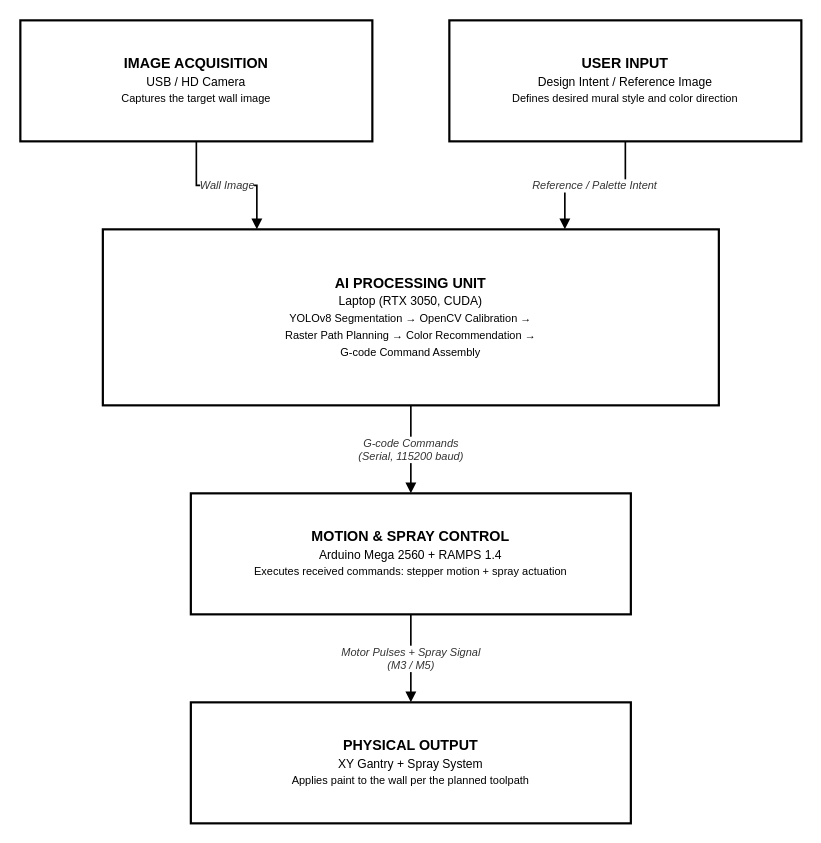
Before: AURA Vault/03 - System Design/AURA_General_Block_Diagram.drawio in eotrut/thesis, a draw.io diagram. Source tidied: cells renumbered, new cells numbered last; positions are measured from the earlier drawing's top-left corner, leaving out a move shared by most shapes. Both pictures are drawn from the tidied source at 110%, with x=0, y=0 at pixel (20, 20).
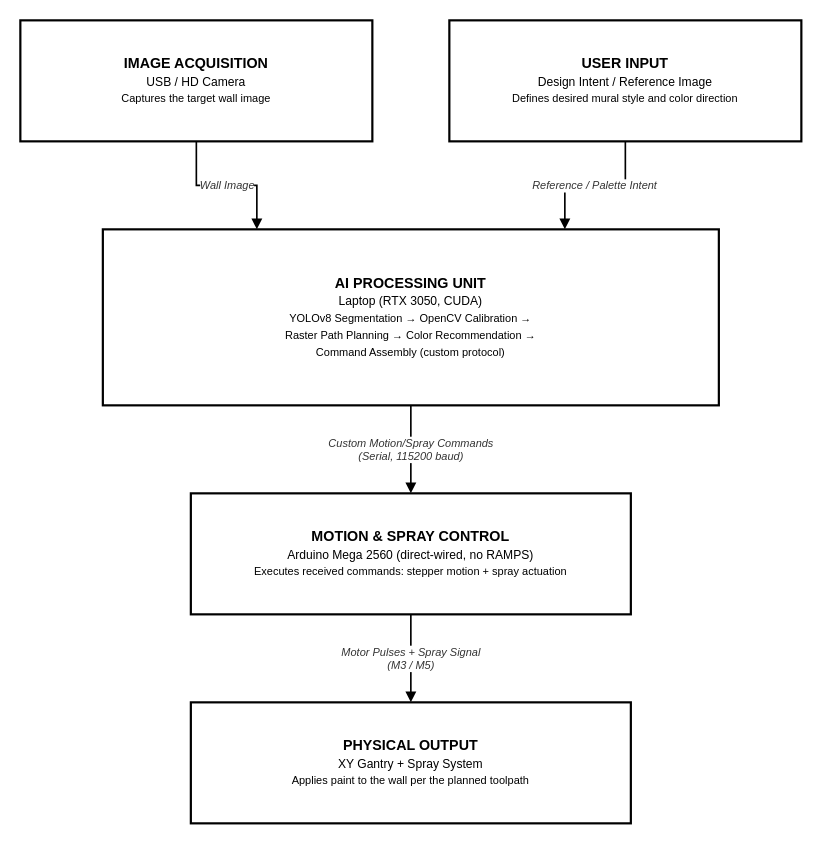
After the change.

The edit, as a diff of the source:
```diff
@@
 <mxGraphModel>
   <root>
     <mxCell id="0" />
     <mxCell id="1" parent="0" />
     <mxCell id="2" value="&lt;b&gt;IMAGE ACQUISITION&lt;/b&gt;&lt;br&gt;&lt;font style=&quot;font-size:11px&quot;&gt;USB / HD Camera&lt;/font&gt;&lt;br&gt;&lt;font style=&quot;font-size:10px&quot;&gt;Captures the target wall image&lt;/font&gt;" style="rounded=0;whiteSpace=wrap;html=1;fillColor=#FFFFFF;strokeColor=#000000;strokeWidth=2;fontColor=#000000;fontSize=13;fontFamily=Helvetica;align=center;verticalAlign=middle;spacing=6;" parent="1" vertex="1">
       <mxGeometry width="320" height="110" as="geometry" />
     </mxCell>
     <mxCell id="3" value="&lt;b&gt;USER INPUT&lt;/b&gt;&lt;br&gt;&lt;font style=&quot;font-size:11px&quot;&gt;Design Intent / Reference Image&lt;/font&gt;&lt;br&gt;&lt;font style=&quot;font-size:10px&quot;&gt;Defines desired mural style and color direction&lt;/font&gt;" style="rounded=0;whiteSpace=wrap;html=1;fillColor=#FFFFFF;strokeColor=#000000;strokeWidth=2;fontColor=#000000;fontSize=13;fontFamily=Helvetica;align=center;verticalAlign=middle;spacing=6;" parent="1" vertex="1">
       <mxGeometry x="390" width="320" height="110" as="geometry" />
     </mxCell>
-    <mxCell id="4" value="&lt;b&gt;AI PROCESSING UNIT&lt;/b&gt;&lt;br&gt;&lt;font style=&quot;font-size:11px&quot;&gt;Laptop (RTX 3050, CUDA)&lt;/font&gt;&lt;br&gt;&lt;font style=&quot;font-size:10px&quot;&gt;YOLOv8 Segmentation &amp;#8594; OpenCV Calibration &amp;#8594;&lt;br&gt;Raster Path Planning &amp;#8594; Color Recommendation &amp;#8594;&lt;br&gt;G-code Command Assembly&lt;/font&gt;" style="rounded=0;whiteSpace=wrap;html=1;fillColor=#FFFFFF;strokeColor=#000000;strokeWidth=2;fontColor=#000000;fontSize=13;fontFamily=Helvetica;align=center;verticalAlign=middle;spacing=6;" parent="1" vertex="1">
+    <mxCell id="4" value="&lt;b&gt;AI PROCESSING UNIT&lt;/b&gt;&lt;br&gt;&lt;font style=&quot;font-size:11px&quot;&gt;Laptop (RTX 3050, CUDA)&lt;/font&gt;&lt;br&gt;&lt;font style=&quot;font-size:10px&quot;&gt;YOLOv8 Segmentation &amp;#8594; OpenCV Calibration &amp;#8594;&lt;br&gt;Raster Path Planning &amp;#8594; Color Recommendation &amp;#8594;&lt;br&gt;Command Assembly (custom protocol)&lt;/font&gt;" style="rounded=0;whiteSpace=wrap;html=1;fillColor=#FFFFFF;strokeColor=#000000;strokeWidth=2;fontColor=#000000;fontSize=13;fontFamily=Helvetica;align=center;verticalAlign=middle;spacing=6;" parent="1" vertex="1">
       <mxGeometry x="75" y="190" width="560" height="160" as="geometry" />
     </mxCell>
-    <mxCell id="5" value="&lt;b&gt;MOTION &amp;amp; SPRAY CONTROL&lt;/b&gt;&lt;br&gt;&lt;font style=&quot;font-size:11px&quot;&gt;Arduino Mega 2560 + RAMPS 1.4&lt;/font&gt;&lt;br&gt;&lt;font style=&quot;font-size:10px&quot;&gt;Executes received commands: stepper motion + spray actuation&lt;/font&gt;" style="rounded=0;whiteSpace=wrap;html=1;fillColor=#FFFFFF;strokeColor=#000000;strokeWidth=2;fontColor=#000000;fontSize=13;fontFamily=Helvetica;align=center;verticalAlign=middle;spacing=6;" parent="1" vertex="1">
+    <mxCell id="5" value="&lt;b&gt;MOTION &amp;amp; SPRAY CONTROL&lt;/b&gt;&lt;br&gt;&lt;font style=&quot;font-size:11px&quot;&gt;Arduino Mega 2560 (direct-wired, no RAMPS)&lt;/font&gt;&lt;br&gt;&lt;font style=&quot;font-size:10px&quot;&gt;Executes received commands: stepper motion + spray actuation&lt;/font&gt;" style="rounded=0;whiteSpace=wrap;html=1;fillColor=#FFFFFF;strokeColor=#000000;strokeWidth=2;fontColor=#000000;fontSize=13;fontFamily=Helvetica;align=center;verticalAlign=middle;spacing=6;" parent="1" vertex="1">
       <mxGeometry x="155" y="430" width="400" height="110" as="geometry" />
     </mxCell>
     <mxCell id="6" value="&lt;b&gt;PHYSICAL OUTPUT&lt;/b&gt;&lt;br&gt;&lt;font style=&quot;font-size:11px&quot;&gt;XY Gantry + Spray System&lt;/font&gt;&lt;br&gt;&lt;font style=&quot;font-size:10px&quot;&gt;Applies paint to the wall per the planned toolpath&lt;/font&gt;" style="rounded=0;whiteSpace=wrap;html=1;fillColor=#FFFFFF;strokeColor=#000000;strokeWidth=2;fontColor=#000000;fontSize=13;fontFamily=Helvetica;align=center;verticalAlign=middle;spacing=6;" parent="1" vertex="1">
       <mxGeometry x="155" y="620" width="400" height="110" as="geometry" />
     </mxCell>
     <mxCell id="7" value="Wall Image" style="edgeStyle=orthogonalEdgeStyle;rounded=0;html=1;endArrow=block;elbow=vertical;startArrow=none;strokeColor=#000000;strokeWidth=1.5;fontColor=#333333;fontSize=10;fontStyle=2;fontFamily=Helvetica;exitX=0.5;exitY=1;exitDx=0;exitDy=0;entryX=0.25;entryY=0;entryDx=0;entryDy=0;" parent="1" edge="1" source="2" target="4">
       <mxGeometry relative="1" as="geometry" />
     </mxCell>
     <mxCell id="8" value="Reference / Palette Intent" style="edgeStyle=orthogonalEdgeStyle;rounded=0;html=1;endArrow=block;elbow=vertical;startArrow=none;strokeColor=#000000;strokeWidth=1.5;fontColor=#333333;fontSize=10;fontStyle=2;fontFamily=Helvetica;exitX=0.5;exitY=1;exitDx=0;exitDy=0;entryX=0.75;entryY=0;entryDx=0;entryDy=0;" parent="1" edge="1" source="3" target="4">
       <mxGeometry relative="1" as="geometry" />
     </mxCell>
-    <mxCell id="9" value="G-code Commands&#10;(Serial, 115200 baud)" style="edgeStyle=orthogonalEdgeStyle;rounded=0;html=1;endArrow=block;strokeColor=#000000;strokeWidth=1.5;fontColor=#333333;fontSize=10;fontStyle=2;fontFamily=Helvetica;exitX=0.5;exitY=1;exitDx=0;exitDy=0;entryX=0.5;entryY=0;entryDx=0;entryDy=0;" parent="1" edge="1" source="4" target="5">
+    <mxCell id="9" value="Custom Motion/Spray Commands&#10;(Serial, 115200 baud)" style="edgeStyle=orthogonalEdgeStyle;rounded=0;html=1;endArrow=block;strokeColor=#000000;strokeWidth=1.5;fontColor=#333333;fontSize=10;fontStyle=2;fontFamily=Helvetica;exitX=0.5;exitY=1;exitDx=0;exitDy=0;entryX=0.5;entryY=0;entryDx=0;entryDy=0;" parent="1" edge="1" source="4" target="5">
       <mxGeometry relative="1" as="geometry" />
     </mxCell>
     <mxCell id="10" value="Motor Pulses + Spray Signal&#10;(M3 / M5)" style="edgeStyle=orthogonalEdgeStyle;rounded=0;html=1;endArrow=block;strokeColor=#000000;strokeWidth=1.5;fontColor=#333333;fontSize=10;fontStyle=2;fontFamily=Helvetica;exitX=0.5;exitY=1;exitDx=0;exitDy=0;entryX=0.5;entryY=0;entryDx=0;entryDy=0;" parent="1" edge="1" source="5" target="6">
       <mxGeometry relative="1" as="geometry" />
     </mxCell>
   </root>
 </mxGraphModel>
```
